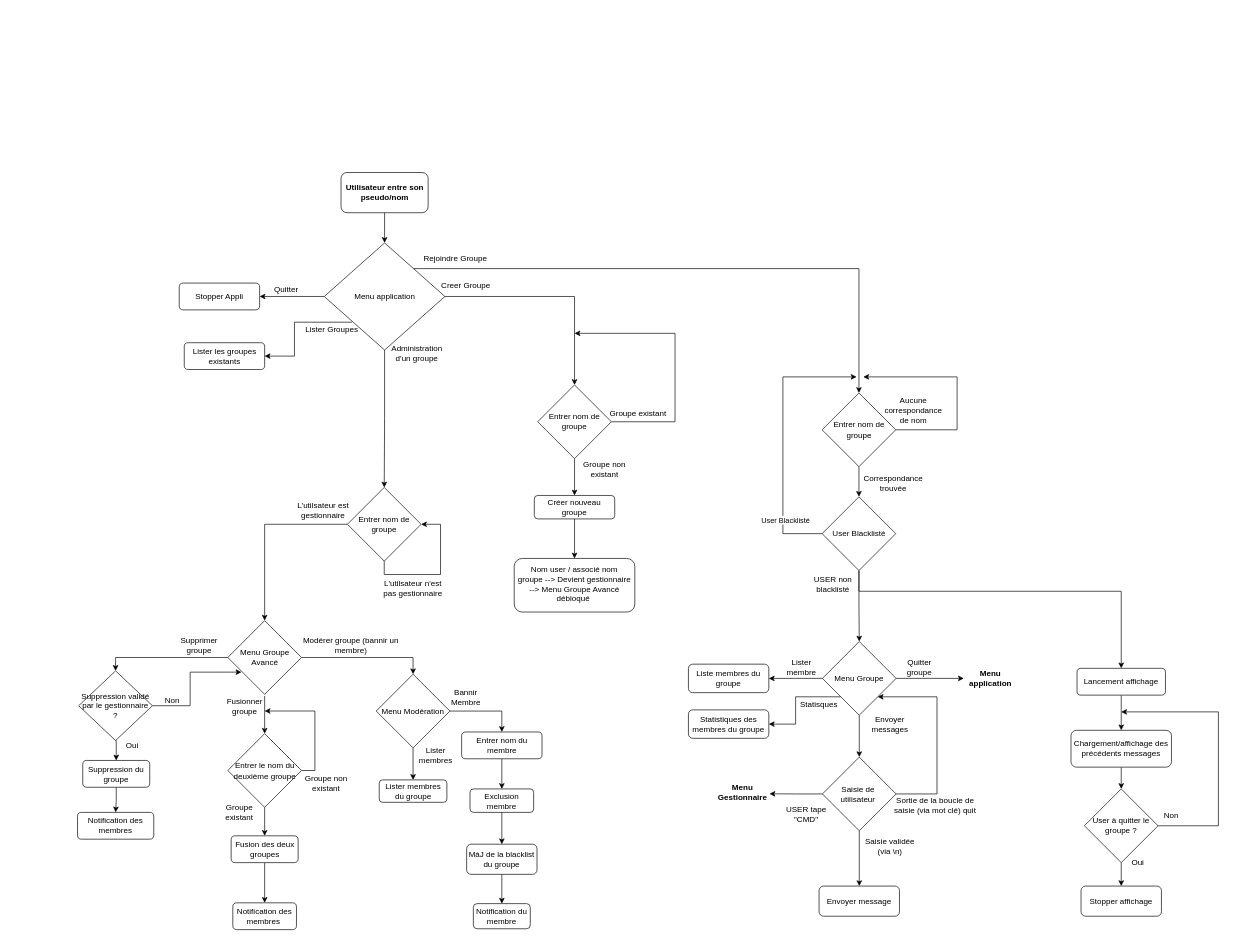
The draw.io diagram docs/Diagramme/DiagrammeFlux_Projet_a_jourV2.drawio in clementfvrl/projet_linux, before the edit. Source tidied: cells renumbered, new cells numbered last; positions are measured from the earlier drawing's top-left corner, leaving out a move shared by most shapes. Both pictures are drawn from the tidied source at 67%, with x=0, y=0 at pixel (77, 172).
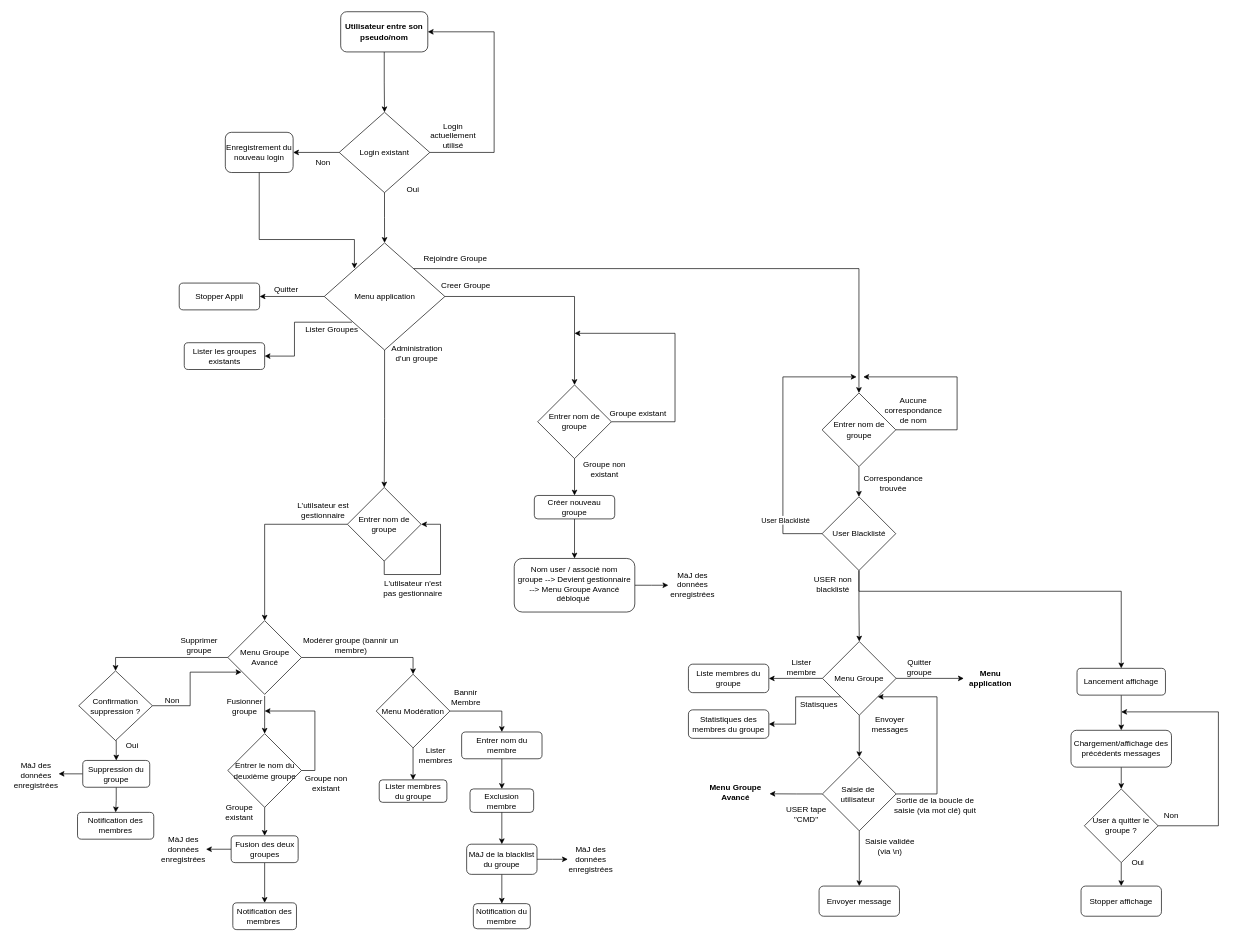
Above is the later version.

The change refers to these unchanged cells:
```xml
<mxCell id="28" value="Menu application" style="rhombus;whiteSpace=wrap;html=1;points=[[0,0.5,0,0,0],[0.23,0.74,0,0,0],[0.25,0.24,0,0,0],[0.5,0,0,0,0],[0.5,1,0,0,0],[0.74,0.24,0,0,0],[0.76,0.74,0,0,0],[1,0.5,0,0,0]];" parent="1" vertex="1">
  <mxGeometry x="368.5" y="105" width="180" height="160" as="geometry" />
</mxCell>
<mxCell id="33" value="Nom user / associé nom groupe --&amp;gt; Devient gestionnaire --&amp;gt; Menu Groupe Avancé débloqué&amp;nbsp;" style="rounded=1;whiteSpace=wrap;html=1;shadow=0;strokeWidth=1;spacing=6;spacingTop=-4;" parent="1" vertex="1">
  <mxGeometry x="652" y="576" width="180" height="80" as="geometry" />
</mxCell>
<mxCell id="41" value="Suppression du groupe" style="rounded=1;whiteSpace=wrap;html=1;" parent="1" vertex="1">
  <mxGeometry x="8" y="877.5" width="100" height="40" as="geometry" />
</mxCell>
<mxCell id="44" value="Fusion des deux groupes" style="rounded=1;whiteSpace=wrap;html=1;" parent="1" vertex="1">
  <mxGeometry x="229.5" y="990" width="100" height="40" as="geometry" />
</mxCell>
<mxCell id="49" value="MàJ de la blacklist du groupe" style="whiteSpace=wrap;html=1;rounded=1;" parent="1" vertex="1">
  <mxGeometry x="581" y="1002.5" width="105" height="45" as="geometry" />
</mxCell>
```

Change to the diagram source:
```diff
@@
-    <mxCell id="2" style="edgeStyle=orthogonalEdgeStyle;rounded=0;jettySize=auto;html=1;exitX=0.5;exitY=1;exitDx=0;exitDy=0;" parent="1" edge="1" source="3" target="28">
-      <mxGeometry relative="1" as="geometry" />
-    </mxCell>
+    <mxCell id="108" style="edgeStyle=orthogonalEdgeStyle;rounded=0;jettySize=auto;html=1;entryX=0.5;entryY=0;entryDx=0;entryDy=0;entryPerimeter=0;" parent="1" edge="1" source="3" target="115">
+      <mxGeometry relative="1" as="geometry" />
+    </mxCell>
     <mxCell id="3" value="&lt;b&gt;Utilisateur entre son pseudo/nom&lt;/b&gt;" style="rounded=1;whiteSpace=wrap;html=1;fontSize=12;glass=0;strokeWidth=1;shadow=0;" parent="1" vertex="1">
-      <mxGeometry x="393.5" width="130" height="60" as="geometry" />
+      <mxGeometry x="393" y="-240" width="130" height="60" as="geometry" />
     </mxCell>
@@
+    <mxCell id="109" style="edgeStyle=orthogonalEdgeStyle;rounded=0;jettySize=auto;html=1;" parent="1" edge="1" source="33">
+      <mxGeometry relative="1" as="geometry">
+        <mxPoint x="882" y="616" as="targetPoint" />
+      </mxGeometry>
+    </mxCell>
@@
+    <mxCell id="110" style="edgeStyle=orthogonalEdgeStyle;rounded=0;jettySize=auto;html=1;exitX=0;exitY=0.5;exitDx=0;exitDy=0;" parent="1" edge="1" source="41">
+      <mxGeometry relative="1" as="geometry">
+        <mxPoint x="-28" y="898" as="targetPoint" />
+      </mxGeometry>
+    </mxCell>
@@
+    <mxCell id="111" style="edgeStyle=orthogonalEdgeStyle;rounded=0;jettySize=auto;html=1;exitX=0;exitY=0.5;exitDx=0;exitDy=0;" parent="1" edge="1" source="44">
+      <mxGeometry relative="1" as="geometry">
+        <mxPoint x="192" y="1010" as="targetPoint" />
+      </mxGeometry>
+    </mxCell>
@@
+    <mxCell id="112" style="edgeStyle=orthogonalEdgeStyle;rounded=0;jettySize=auto;html=1;exitX=1;exitY=0.5;exitDx=0;exitDy=0;" parent="1" edge="1" source="49">
+      <mxGeometry relative="1" as="geometry">
+        <mxPoint x="732" y="1025" as="targetPoint" />
+      </mxGeometry>
+    </mxCell>
@@
-    <mxCell id="75" value="Suppression validé par le gestionnaire ?" style="rhombus;whiteSpace=wrap;html=1;" parent="1" vertex="1">
+    <mxCell id="75" value="Confirmation suppression ?" style="rhombus;whiteSpace=wrap;html=1;" parent="1" vertex="1">
       <mxGeometry x="2" y="743.8" width="110" height="104" as="geometry" />
     </mxCell>
@@
-    <mxCell id="101" value="&lt;b&gt;Menu Gestionnaire&lt;/b&gt;" style="text;html=1;align=center;verticalAlign=middle;whiteSpace=wrap;rounded=0;" parent="1" vertex="1">
-      <mxGeometry x="963" y="910" width="60" height="30" as="geometry" />
+    <mxCell id="101" value="&lt;b&gt;Menu Groupe Avancé&lt;/b&gt;" style="text;html=1;align=center;verticalAlign=middle;whiteSpace=wrap;rounded=0;" parent="1" vertex="1">
+      <mxGeometry x="942" y="910" width="81" height="30" as="geometry" />
     </mxCell>
@@
+    <mxCell id="113" style="edgeStyle=orthogonalEdgeStyle;rounded=0;jettySize=auto;html=1;" parent="1" edge="1" source="115" target="117">
+      <mxGeometry relative="1" as="geometry" />
+    </mxCell>
+    <mxCell id="114" style="edgeStyle=orthogonalEdgeStyle;rounded=0;jettySize=auto;html=1;exitX=1;exitY=0.5;exitDx=0;exitDy=0;exitPerimeter=0;entryX=1;entryY=0.5;entryDx=0;entryDy=0;" parent="1" edge="1" source="115" target="3">
+      <mxGeometry relative="1" as="geometry">
+        <Array as="points">
+          <mxPoint x="622" y="-30" />
+          <mxPoint x="622" y="-210" />
+        </Array>
+      </mxGeometry>
+    </mxCell>
+    <mxCell id="115" value="Login existant" style="rhombus;whiteSpace=wrap;html=1;points=[[0,0.5,0,0,0],[0.23,0.74,0,0,0],[0.25,0.24,0,0,0],[0.5,0,0,0,0],[0.5,1,0,0,0],[0.74,0.24,0,0,0],[0.76,0.74,0,0,0],[1,0.5,0,0,0]];" parent="1" vertex="1">
+      <mxGeometry x="390.8" y="-90" width="135.2" height="120" as="geometry" />
+    </mxCell>
+    <mxCell id="116" style="edgeStyle=orthogonalEdgeStyle;rounded=0;jettySize=auto;html=1;exitX=0.5;exitY=1;exitDx=0;exitDy=0;exitPerimeter=0;entryX=0.5;entryY=0;entryDx=0;entryDy=0;entryPerimeter=0;" parent="1" edge="1" source="115" target="28">
+      <mxGeometry relative="1" as="geometry" />
+    </mxCell>
+    <mxCell id="117" value="Enregistrement du nouveau login" style="rounded=1;whiteSpace=wrap;html=1;" parent="1" vertex="1">
+      <mxGeometry x="220.8" y="-60" width="101.2" height="60" as="geometry" />
+    </mxCell>
+    <mxCell id="118" style="edgeStyle=orthogonalEdgeStyle;rounded=0;jettySize=auto;html=1;exitX=0.5;exitY=1;exitDx=0;exitDy=0;entryX=0.25;entryY=0.24;entryDx=0;entryDy=0;entryPerimeter=0;" parent="1" edge="1" source="117" target="28">
+      <mxGeometry relative="1" as="geometry">
+        <Array as="points">
+          <mxPoint x="271" y="100" />
+          <mxPoint x="414" y="100" />
+        </Array>
+      </mxGeometry>
+    </mxCell>
+    <mxCell id="119" value="Non" style="text;html=1;whiteSpace=wrap;strokeColor=none;fillColor=none;align=center;verticalAlign=middle;rounded=0;" parent="1" vertex="1">
+      <mxGeometry x="337" y="-30" width="60" height="30" as="geometry" />
+    </mxCell>
+    <mxCell id="120" value="Oui" style="text;html=1;whiteSpace=wrap;strokeColor=none;fillColor=none;align=center;verticalAlign=middle;rounded=0;" parent="1" vertex="1">
+      <mxGeometry x="471" y="10" width="60" height="30" as="geometry" />
+    </mxCell>
+    <mxCell id="121" value="Login actuellement utilisé" style="text;html=1;whiteSpace=wrap;strokeColor=none;fillColor=none;align=center;verticalAlign=middle;rounded=0;" parent="1" vertex="1">
+      <mxGeometry x="531" y="-70" width="60" height="30" as="geometry" />
+    </mxCell>
+    <mxCell id="122" value="MàJ des données enregistrées" style="text;html=1;align=center;verticalAlign=middle;whiteSpace=wrap;rounded=0;fontStyle=0;" parent="1" vertex="1">
+      <mxGeometry x="122" y="995" width="72.5" height="30" as="geometry" />
+    </mxCell>
+    <mxCell id="123" value="MàJ des données enregistrées" style="text;html=1;align=center;verticalAlign=middle;whiteSpace=wrap;rounded=0;fontStyle=0;" parent="1" vertex="1">
+      <mxGeometry x="-98" y="885" width="72.5" height="30" as="geometry" />
+    </mxCell>
+    <mxCell id="124" value="MàJ des données enregistrées" style="text;html=1;align=center;verticalAlign=middle;whiteSpace=wrap;rounded=0;fontStyle=0;" parent="1" vertex="1">
+      <mxGeometry x="729.5" y="1010" width="72.5" height="30" as="geometry" />
+    </mxCell>
+    <mxCell id="125" value="MàJ des données enregistrées" style="text;html=1;align=center;verticalAlign=middle;whiteSpace=wrap;rounded=0;fontStyle=0;" parent="1" vertex="1">
+      <mxGeometry x="882" y="600" width="72.5" height="30" as="geometry" />
+    </mxCell>
```
